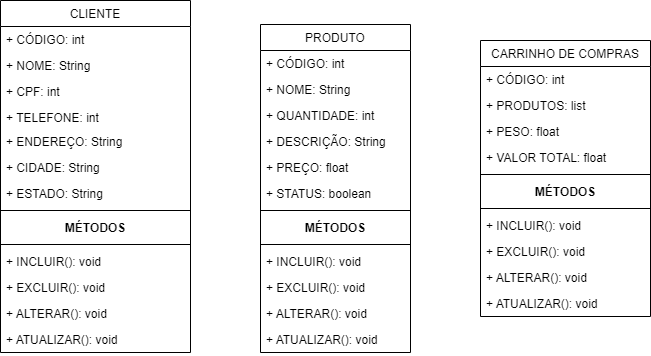
joao100101/Engenharia-De-Software keeps this draw.io diagram as Untitled Diagram.drawio.png. Above is the earlier version. Source tidied: cells renumbered, new cells last; positions are measured from the earlier drawing's top-left corner, leaving out a move shared by most shapes.
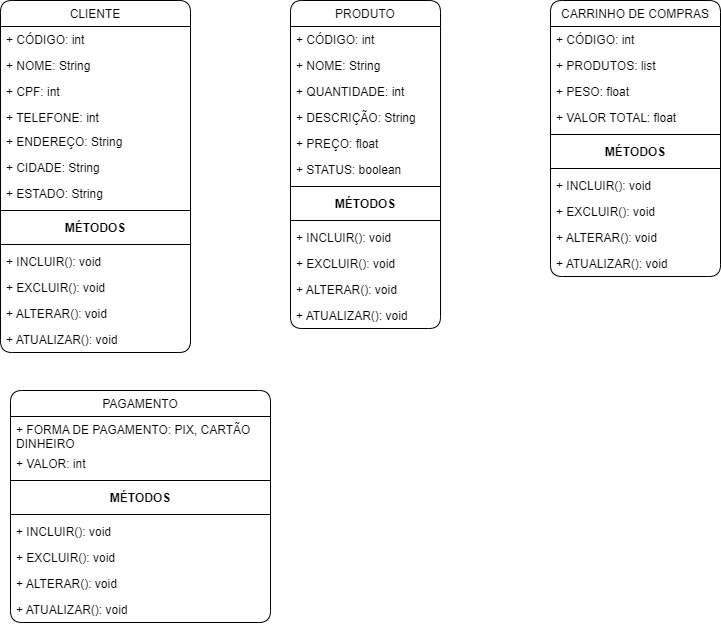
The same file after the commit.

Commit message:
Adicionado pagamento

The edit, as a diff of the source:
```diff
@@ -2,128 +2,158 @@
   <root>
     <mxCell id="0" />
     <mxCell id="1" parent="0" />
-    <mxCell id="2" value="CLIENTE" style="swimlane;fontStyle=0;horizontal=1;startSize=26;fillColor=none;" parent="1" vertex="1">
-      <mxGeometry width="190" height="352" as="geometry" />
+    <mxCell id="2" value="CLIENTE" style="swimlane;fontStyle=0;horizontal=1;startSize=26;fillColor=none;rounded=1;" parent="1" vertex="1">
+      <mxGeometry x="10" y="-120" width="190" height="352" as="geometry" />
     </mxCell>
-    <mxCell id="3" value="+ CÓDIGO: int" style="text;strokeColor=none;fillColor=none;align=left;verticalAlign=top;spacingLeft=4;spacingRight=4;overflow=hidden;" parent="2" vertex="1">
+    <mxCell id="3" value="+ CÓDIGO: int" style="text;strokeColor=none;fillColor=none;align=left;verticalAlign=top;spacingLeft=4;spacingRight=4;overflow=hidden;rounded=1;" parent="2" vertex="1">
       <mxGeometry y="26" width="190" height="26" as="geometry" />
     </mxCell>
-    <mxCell id="4" value="+ NOME: String" style="text;strokeColor=none;fillColor=none;align=left;verticalAlign=top;spacingLeft=4;spacingRight=4;overflow=hidden;" parent="2" vertex="1">
+    <mxCell id="4" value="+ NOME: String" style="text;strokeColor=none;fillColor=none;align=left;verticalAlign=top;spacingLeft=4;spacingRight=4;overflow=hidden;rounded=1;" parent="2" vertex="1">
       <mxGeometry y="52" width="190" height="26" as="geometry" />
     </mxCell>
-    <mxCell id="5" value="+ CPF: int" style="text;strokeColor=none;fillColor=none;align=left;verticalAlign=top;spacingLeft=4;spacingRight=4;overflow=hidden;" parent="2" vertex="1">
+    <mxCell id="5" value="+ CPF: int" style="text;strokeColor=none;fillColor=none;align=left;verticalAlign=top;spacingLeft=4;spacingRight=4;overflow=hidden;rounded=1;" parent="2" vertex="1">
       <mxGeometry y="78" width="190" height="26" as="geometry" />
     </mxCell>
-    <mxCell id="6" value="+ TELEFONE: int" style="text;strokeColor=none;fillColor=none;align=left;verticalAlign=top;spacingLeft=4;spacingRight=4;overflow=hidden;" parent="2" vertex="1">
+    <mxCell id="6" value="+ TELEFONE: int" style="text;strokeColor=none;fillColor=none;align=left;verticalAlign=top;spacingLeft=4;spacingRight=4;overflow=hidden;rounded=1;" parent="2" vertex="1">
       <mxGeometry y="104" width="190" height="24" as="geometry" />
     </mxCell>
-    <mxCell id="7" value="+ ENDEREÇO: String" style="text;strokeColor=none;fillColor=none;align=left;verticalAlign=top;spacingLeft=4;spacingRight=4;overflow=hidden;" parent="2" vertex="1">
+    <mxCell id="7" value="+ ENDEREÇO: String" style="text;strokeColor=none;fillColor=none;align=left;verticalAlign=top;spacingLeft=4;spacingRight=4;overflow=hidden;rounded=1;" parent="2" vertex="1">
       <mxGeometry y="128" width="190" height="26" as="geometry" />
     </mxCell>
-    <mxCell id="8" value="+ CIDADE: String" style="text;strokeColor=none;fillColor=none;align=left;verticalAlign=top;spacingLeft=4;spacingRight=4;overflow=hidden;" parent="2" vertex="1">
+    <mxCell id="8" value="+ CIDADE: String" style="text;strokeColor=none;fillColor=none;align=left;verticalAlign=top;spacingLeft=4;spacingRight=4;overflow=hidden;rounded=1;" parent="2" vertex="1">
       <mxGeometry y="154" width="190" height="26" as="geometry" />
     </mxCell>
-    <mxCell id="9" value="+ ESTADO: String" style="text;strokeColor=none;fillColor=none;align=left;verticalAlign=top;spacingLeft=4;spacingRight=4;overflow=hidden;" parent="2" vertex="1">
+    <mxCell id="9" value="+ ESTADO: String" style="text;strokeColor=none;fillColor=none;align=left;verticalAlign=top;spacingLeft=4;spacingRight=4;overflow=hidden;rounded=1;" parent="2" vertex="1">
       <mxGeometry y="180" width="190" height="26" as="geometry" />
     </mxCell>
-    <mxCell id="10" style="line;strokeWidth=1;fillColor=none;align=left;verticalAlign=middle;spacingTop=-1;spacingLeft=3;spacingRight=3;labelPosition=right;" parent="2" vertex="1">
+    <mxCell id="10" style="line;strokeWidth=1;fillColor=none;align=left;verticalAlign=middle;spacingTop=-1;spacingLeft=3;spacingRight=3;labelPosition=right;rounded=1;" parent="2" vertex="1">
       <mxGeometry y="206" width="190" height="8" as="geometry" />
     </mxCell>
-    <mxCell id="11" value="MÉTODOS" style="text;align=center;fontStyle=1;verticalAlign=middle;spacingLeft=3;spacingRight=3;strokeColor=none;" parent="2" vertex="1">
+    <mxCell id="11" value="MÉTODOS" style="text;align=center;fontStyle=1;verticalAlign=middle;spacingLeft=3;spacingRight=3;strokeColor=none;rounded=1;" parent="2" vertex="1">
       <mxGeometry y="214" width="190" height="26" as="geometry" />
     </mxCell>
-    <mxCell id="12" style="line;strokeWidth=1;fillColor=none;align=left;verticalAlign=middle;spacingTop=-1;spacingLeft=3;spacingRight=3;labelPosition=right;" parent="2" vertex="1">
+    <mxCell id="12" style="line;strokeWidth=1;fillColor=none;align=left;verticalAlign=middle;spacingTop=-1;spacingLeft=3;spacingRight=3;labelPosition=right;rounded=1;" parent="2" vertex="1">
       <mxGeometry y="240" width="190" height="8" as="geometry" />
     </mxCell>
-    <mxCell id="13" value="+ INCLUIR(): void" style="text;strokeColor=none;fillColor=none;align=left;verticalAlign=top;spacingLeft=4;spacingRight=4;overflow=hidden;" parent="2" vertex="1">
+    <mxCell id="13" value="+ INCLUIR(): void" style="text;strokeColor=none;fillColor=none;align=left;verticalAlign=top;spacingLeft=4;spacingRight=4;overflow=hidden;rounded=1;" parent="2" vertex="1">
       <mxGeometry y="248" width="190" height="26" as="geometry" />
     </mxCell>
-    <mxCell id="14" value="+ EXCLUIR(): void" style="text;strokeColor=none;fillColor=none;align=left;verticalAlign=top;spacingLeft=4;spacingRight=4;overflow=hidden;" parent="2" vertex="1">
+    <mxCell id="14" value="+ EXCLUIR(): void" style="text;strokeColor=none;fillColor=none;align=left;verticalAlign=top;spacingLeft=4;spacingRight=4;overflow=hidden;rounded=1;" parent="2" vertex="1">
       <mxGeometry y="274" width="190" height="26" as="geometry" />
     </mxCell>
-    <mxCell id="15" value="+ ALTERAR(): void" style="text;strokeColor=none;fillColor=none;align=left;verticalAlign=top;spacingLeft=4;spacingRight=4;overflow=hidden;" parent="2" vertex="1">
+    <mxCell id="15" value="+ ALTERAR(): void" style="text;strokeColor=none;fillColor=none;align=left;verticalAlign=top;spacingLeft=4;spacingRight=4;overflow=hidden;rounded=1;" parent="2" vertex="1">
       <mxGeometry y="300" width="190" height="26" as="geometry" />
     </mxCell>
-    <mxCell id="16" value="+ ATUALIZAR(): void" style="text;strokeColor=none;fillColor=none;align=left;verticalAlign=top;spacingLeft=4;spacingRight=4;overflow=hidden;" parent="2" vertex="1">
+    <mxCell id="16" value="+ ATUALIZAR(): void" style="text;strokeColor=none;fillColor=none;align=left;verticalAlign=top;spacingLeft=4;spacingRight=4;overflow=hidden;rounded=1;" parent="2" vertex="1">
       <mxGeometry y="326" width="190" height="26" as="geometry" />
     </mxCell>
-    <mxCell id="17" value="PRODUTO" style="swimlane;fontStyle=0;horizontal=1;startSize=26;fillColor=none;" parent="1" vertex="1">
-      <mxGeometry x="260" y="24" width="150" height="328" as="geometry" />
+    <mxCell id="17" value="PRODUTO" style="swimlane;fontStyle=0;horizontal=1;startSize=26;fillColor=none;rounded=1;" parent="1" vertex="1">
+      <mxGeometry x="300" y="-120" width="150" height="328" as="geometry" />
     </mxCell>
-    <mxCell id="18" value="+ CÓDIGO: int" style="text;strokeColor=none;fillColor=none;align=left;verticalAlign=top;spacingLeft=4;spacingRight=4;overflow=hidden;" parent="17" vertex="1">
+    <mxCell id="18" value="+ CÓDIGO: int" style="text;strokeColor=none;fillColor=none;align=left;verticalAlign=top;spacingLeft=4;spacingRight=4;overflow=hidden;rounded=1;" parent="17" vertex="1">
       <mxGeometry y="26" width="150" height="26" as="geometry" />
     </mxCell>
-    <mxCell id="19" value="+ NOME: String" style="text;strokeColor=none;fillColor=none;align=left;verticalAlign=top;spacingLeft=4;spacingRight=4;overflow=hidden;" parent="17" vertex="1">
+    <mxCell id="19" value="+ NOME: String" style="text;strokeColor=none;fillColor=none;align=left;verticalAlign=top;spacingLeft=4;spacingRight=4;overflow=hidden;rounded=1;" parent="17" vertex="1">
       <mxGeometry y="52" width="150" height="26" as="geometry" />
     </mxCell>
-    <mxCell id="20" value="+ QUANTIDADE: int" style="text;strokeColor=none;fillColor=none;align=left;verticalAlign=top;spacingLeft=4;spacingRight=4;overflow=hidden;" parent="17" vertex="1">
+    <mxCell id="20" value="+ QUANTIDADE: int" style="text;strokeColor=none;fillColor=none;align=left;verticalAlign=top;spacingLeft=4;spacingRight=4;overflow=hidden;rounded=1;" parent="17" vertex="1">
       <mxGeometry y="78" width="150" height="26" as="geometry" />
     </mxCell>
-    <mxCell id="21" value="+ DESCRIÇÃO: String" style="text;strokeColor=none;fillColor=none;align=left;verticalAlign=top;spacingLeft=4;spacingRight=4;overflow=hidden;" parent="17" vertex="1">
+    <mxCell id="21" value="+ DESCRIÇÃO: String" style="text;strokeColor=none;fillColor=none;align=left;verticalAlign=top;spacingLeft=4;spacingRight=4;overflow=hidden;rounded=1;" parent="17" vertex="1">
       <mxGeometry y="104" width="150" height="26" as="geometry" />
     </mxCell>
-    <mxCell id="22" value="+ PREÇO: float" style="text;strokeColor=none;fillColor=none;align=left;verticalAlign=top;spacingLeft=4;spacingRight=4;overflow=hidden;" parent="17" vertex="1">
+    <mxCell id="22" value="+ PREÇO: float" style="text;strokeColor=none;fillColor=none;align=left;verticalAlign=top;spacingLeft=4;spacingRight=4;overflow=hidden;rounded=1;" parent="17" vertex="1">
       <mxGeometry y="130" width="150" height="26" as="geometry" />
     </mxCell>
-    <mxCell id="23" value="+ STATUS: boolean" style="text;strokeColor=none;fillColor=none;align=left;verticalAlign=top;spacingLeft=4;spacingRight=4;overflow=hidden;" parent="17" vertex="1">
+    <mxCell id="23" value="+ STATUS: boolean" style="text;strokeColor=none;fillColor=none;align=left;verticalAlign=top;spacingLeft=4;spacingRight=4;overflow=hidden;rounded=1;" parent="17" vertex="1">
       <mxGeometry y="156" width="150" height="26" as="geometry" />
     </mxCell>
-    <mxCell id="24" style="line;strokeWidth=1;fillColor=none;align=left;verticalAlign=middle;spacingTop=-1;spacingLeft=3;spacingRight=3;labelPosition=right;" parent="17" vertex="1">
+    <mxCell id="24" style="line;strokeWidth=1;fillColor=none;align=left;verticalAlign=middle;spacingTop=-1;spacingLeft=3;spacingRight=3;labelPosition=right;rounded=1;" parent="17" vertex="1">
       <mxGeometry y="182" width="150" height="8" as="geometry" />
     </mxCell>
-    <mxCell id="25" value="MÉTODOS" style="text;align=center;fontStyle=1;verticalAlign=middle;spacingLeft=3;spacingRight=3;strokeColor=none;" parent="17" vertex="1">
+    <mxCell id="25" value="MÉTODOS" style="text;align=center;fontStyle=1;verticalAlign=middle;spacingLeft=3;spacingRight=3;strokeColor=none;rounded=1;" parent="17" vertex="1">
       <mxGeometry y="190" width="150" height="26" as="geometry" />
     </mxCell>
-    <mxCell id="26" style="line;strokeWidth=1;fillColor=none;align=left;verticalAlign=middle;spacingTop=-1;spacingLeft=3;spacingRight=3;labelPosition=right;" parent="17" vertex="1">
+    <mxCell id="26" style="line;strokeWidth=1;fillColor=none;align=left;verticalAlign=middle;spacingTop=-1;spacingLeft=3;spacingRight=3;labelPosition=right;rounded=1;" parent="17" vertex="1">
       <mxGeometry y="216" width="150" height="8" as="geometry" />
     </mxCell>
-    <mxCell id="27" value="+ INCLUIR(): void" style="text;strokeColor=none;fillColor=none;align=left;verticalAlign=top;spacingLeft=4;spacingRight=4;overflow=hidden;" parent="17" vertex="1">
+    <mxCell id="27" value="+ INCLUIR(): void" style="text;strokeColor=none;fillColor=none;align=left;verticalAlign=top;spacingLeft=4;spacingRight=4;overflow=hidden;rounded=1;" parent="17" vertex="1">
       <mxGeometry y="224" width="150" height="26" as="geometry" />
     </mxCell>
-    <mxCell id="28" value="+ EXCLUIR(): void" style="text;strokeColor=none;fillColor=none;align=left;verticalAlign=top;spacingLeft=4;spacingRight=4;overflow=hidden;" parent="17" vertex="1">
+    <mxCell id="28" value="+ EXCLUIR(): void" style="text;strokeColor=none;fillColor=none;align=left;verticalAlign=top;spacingLeft=4;spacingRight=4;overflow=hidden;rounded=1;" parent="17" vertex="1">
       <mxGeometry y="250" width="150" height="26" as="geometry" />
     </mxCell>
-    <mxCell id="29" value="+ ALTERAR(): void" style="text;strokeColor=none;fillColor=none;align=left;verticalAlign=top;spacingLeft=4;spacingRight=4;overflow=hidden;" parent="17" vertex="1">
+    <mxCell id="29" value="+ ALTERAR(): void" style="text;strokeColor=none;fillColor=none;align=left;verticalAlign=top;spacingLeft=4;spacingRight=4;overflow=hidden;rounded=1;" parent="17" vertex="1">
       <mxGeometry y="276" width="150" height="26" as="geometry" />
     </mxCell>
-    <mxCell id="30" value="+ ATUALIZAR(): void" style="text;strokeColor=none;fillColor=none;align=left;verticalAlign=top;spacingLeft=4;spacingRight=4;overflow=hidden;" parent="17" vertex="1">
+    <mxCell id="30" value="+ ATUALIZAR(): void" style="text;strokeColor=none;fillColor=none;align=left;verticalAlign=top;spacingLeft=4;spacingRight=4;overflow=hidden;rounded=1;" parent="17" vertex="1">
       <mxGeometry y="302" width="150" height="26" as="geometry" />
     </mxCell>
-    <mxCell id="31" value="CARRINHO DE COMPRAS" style="swimlane;fontStyle=0;horizontal=1;startSize=26;fillColor=none;" parent="1" vertex="1">
-      <mxGeometry x="480" y="40" width="170" height="276" as="geometry" />
+    <mxCell id="31" value="CARRINHO DE COMPRAS" style="swimlane;fontStyle=0;horizontal=1;startSize=26;fillColor=none;rounded=1;" parent="1" vertex="1">
+      <mxGeometry x="560" y="-120" width="170" height="276" as="geometry" />
     </mxCell>
-    <mxCell id="32" value="+ CÓDIGO: int" style="text;strokeColor=none;fillColor=none;align=left;verticalAlign=top;spacingLeft=4;spacingRight=4;overflow=hidden;" parent="31" vertex="1">
+    <mxCell id="32" value="+ CÓDIGO: int" style="text;strokeColor=none;fillColor=none;align=left;verticalAlign=top;spacingLeft=4;spacingRight=4;overflow=hidden;rounded=1;" parent="31" vertex="1">
       <mxGeometry y="26" width="170" height="26" as="geometry" />
     </mxCell>
-    <mxCell id="33" value="+ PRODUTOS: list" style="text;strokeColor=none;fillColor=none;align=left;verticalAlign=top;spacingLeft=4;spacingRight=4;overflow=hidden;" parent="31" vertex="1">
+    <mxCell id="33" value="+ PRODUTOS: list" style="text;strokeColor=none;fillColor=none;align=left;verticalAlign=top;spacingLeft=4;spacingRight=4;overflow=hidden;rounded=1;" parent="31" vertex="1">
       <mxGeometry y="52" width="170" height="26" as="geometry" />
     </mxCell>
-    <mxCell id="34" value="+ PESO: float" style="text;strokeColor=none;fillColor=none;align=left;verticalAlign=top;spacingLeft=4;spacingRight=4;overflow=hidden;" parent="31" vertex="1">
+    <mxCell id="34" value="+ PESO: float" style="text;strokeColor=none;fillColor=none;align=left;verticalAlign=top;spacingLeft=4;spacingRight=4;overflow=hidden;rounded=1;" parent="31" vertex="1">
       <mxGeometry y="78" width="170" height="26" as="geometry" />
     </mxCell>
-    <mxCell id="35" value="+ VALOR TOTAL: float" style="text;strokeColor=none;fillColor=none;align=left;verticalAlign=top;spacingLeft=4;spacingRight=4;overflow=hidden;" parent="31" vertex="1">
+    <mxCell id="35" value="+ VALOR TOTAL: float" style="text;strokeColor=none;fillColor=none;align=left;verticalAlign=top;spacingLeft=4;spacingRight=4;overflow=hidden;rounded=1;" parent="31" vertex="1">
       <mxGeometry y="104" width="170" height="26" as="geometry" />
     </mxCell>
-    <mxCell id="36" style="line;strokeWidth=1;fillColor=none;align=left;verticalAlign=middle;spacingTop=-1;spacingLeft=3;spacingRight=3;labelPosition=right;" parent="31" vertex="1">
+    <mxCell id="36" style="line;strokeWidth=1;fillColor=none;align=left;verticalAlign=middle;spacingTop=-1;spacingLeft=3;spacingRight=3;labelPosition=right;rounded=1;" parent="31" vertex="1">
       <mxGeometry y="130" width="170" height="8" as="geometry" />
     </mxCell>
-    <mxCell id="37" value="MÉTODOS" style="text;align=center;fontStyle=1;verticalAlign=middle;spacingLeft=3;spacingRight=3;strokeColor=none;" parent="31" vertex="1">
+    <mxCell id="37" value="MÉTODOS" style="text;align=center;fontStyle=1;verticalAlign=middle;spacingLeft=3;spacingRight=3;strokeColor=none;rounded=1;" parent="31" vertex="1">
       <mxGeometry y="138" width="170" height="26" as="geometry" />
     </mxCell>
-    <mxCell id="38" style="line;strokeWidth=1;fillColor=none;align=left;verticalAlign=middle;spacingTop=-1;spacingLeft=3;spacingRight=3;labelPosition=right;" parent="31" vertex="1">
+    <mxCell id="38" style="line;strokeWidth=1;fillColor=none;align=left;verticalAlign=middle;spacingTop=-1;spacingLeft=3;spacingRight=3;labelPosition=right;rounded=1;" parent="31" vertex="1">
       <mxGeometry y="164" width="170" height="8" as="geometry" />
     </mxCell>
-    <mxCell id="39" value="+ INCLUIR(): void" style="text;strokeColor=none;fillColor=none;align=left;verticalAlign=top;spacingLeft=4;spacingRight=4;overflow=hidden;" parent="31" vertex="1">
+    <mxCell id="39" value="+ INCLUIR(): void" style="text;strokeColor=none;fillColor=none;align=left;verticalAlign=top;spacingLeft=4;spacingRight=4;overflow=hidden;rounded=1;" parent="31" vertex="1">
       <mxGeometry y="172" width="170" height="26" as="geometry" />
     </mxCell>
-    <mxCell id="40" value="+ EXCLUIR(): void" style="text;strokeColor=none;fillColor=none;align=left;verticalAlign=top;spacingLeft=4;spacingRight=4;overflow=hidden;" parent="31" vertex="1">
+    <mxCell id="40" value="+ EXCLUIR(): void" style="text;strokeColor=none;fillColor=none;align=left;verticalAlign=top;spacingLeft=4;spacingRight=4;overflow=hidden;rounded=1;" parent="31" vertex="1">
       <mxGeometry y="198" width="170" height="26" as="geometry" />
     </mxCell>
-    <mxCell id="41" value="+ ALTERAR(): void" style="text;strokeColor=none;fillColor=none;align=left;verticalAlign=top;spacingLeft=4;spacingRight=4;overflow=hidden;" parent="31" vertex="1">
+    <mxCell id="41" value="+ ALTERAR(): void" style="text;strokeColor=none;fillColor=none;align=left;verticalAlign=top;spacingLeft=4;spacingRight=4;overflow=hidden;rounded=1;" parent="31" vertex="1">
       <mxGeometry y="224" width="170" height="26" as="geometry" />
     </mxCell>
-    <mxCell id="42" value="+ ATUALIZAR(): void" style="text;strokeColor=none;fillColor=none;align=left;verticalAlign=top;spacingLeft=4;spacingRight=4;overflow=hidden;" parent="31" vertex="1">
+    <mxCell id="42" value="+ ATUALIZAR(): void" style="text;strokeColor=none;fillColor=none;align=left;verticalAlign=top;spacingLeft=4;spacingRight=4;overflow=hidden;rounded=1;" parent="31" vertex="1">
       <mxGeometry y="250" width="170" height="26" as="geometry" />
     </mxCell>
+    <mxCell id="43" value="PAGAMENTO" style="swimlane;fontStyle=0;horizontal=1;startSize=26;fillColor=none;rounded=1;" parent="1" vertex="1">
+      <mxGeometry x="20" y="270" width="260" height="232" as="geometry" />
+    </mxCell>
+    <mxCell id="44" value="+ FORMA DE PAGAMENTO: PIX, CARTÃO&#10;DINHEIRO" style="text;strokeColor=none;fillColor=none;align=left;verticalAlign=top;spacingLeft=4;spacingRight=4;overflow=hidden;rounded=1;" parent="43" vertex="1">
+      <mxGeometry y="26" width="260" height="34" as="geometry" />
+    </mxCell>
+    <mxCell id="45" value="+ VALOR: int" style="text;strokeColor=none;fillColor=none;align=left;verticalAlign=top;spacingLeft=4;spacingRight=4;overflow=hidden;rounded=1;" parent="43" vertex="1">
+      <mxGeometry y="60" width="260" height="26" as="geometry" />
+    </mxCell>
+    <mxCell id="46" style="line;strokeWidth=1;fillColor=none;align=left;verticalAlign=middle;spacingTop=-1;spacingLeft=3;spacingRight=3;labelPosition=right;rounded=1;" parent="43" vertex="1">
+      <mxGeometry y="86" width="260" height="8" as="geometry" />
+    </mxCell>
+    <mxCell id="47" value="MÉTODOS" style="text;align=center;fontStyle=1;verticalAlign=middle;spacingLeft=3;spacingRight=3;strokeColor=none;rounded=1;" parent="43" vertex="1">
+      <mxGeometry y="94" width="260" height="26" as="geometry" />
+    </mxCell>
+    <mxCell id="48" style="line;strokeWidth=1;fillColor=none;align=left;verticalAlign=middle;spacingTop=-1;spacingLeft=3;spacingRight=3;labelPosition=right;rounded=1;" parent="43" vertex="1">
+      <mxGeometry y="120" width="260" height="8" as="geometry" />
+    </mxCell>
+    <mxCell id="49" value="+ INCLUIR(): void" style="text;strokeColor=none;fillColor=none;align=left;verticalAlign=top;spacingLeft=4;spacingRight=4;overflow=hidden;rounded=1;" parent="43" vertex="1">
+      <mxGeometry y="128" width="260" height="26" as="geometry" />
+    </mxCell>
+    <mxCell id="50" value="+ EXCLUIR(): void" style="text;strokeColor=none;fillColor=none;align=left;verticalAlign=top;spacingLeft=4;spacingRight=4;overflow=hidden;rounded=1;" parent="43" vertex="1">
+      <mxGeometry y="154" width="260" height="26" as="geometry" />
+    </mxCell>
+    <mxCell id="51" value="+ ALTERAR(): void" style="text;strokeColor=none;fillColor=none;align=left;verticalAlign=top;spacingLeft=4;spacingRight=4;overflow=hidden;rounded=1;" parent="43" vertex="1">
+      <mxGeometry y="180" width="260" height="26" as="geometry" />
+    </mxCell>
+    <mxCell id="52" value="+ ATUALIZAR(): void" style="text;strokeColor=none;fillColor=none;align=left;verticalAlign=top;spacingLeft=4;spacingRight=4;overflow=hidden;rounded=1;" parent="43" vertex="1">
+      <mxGeometry y="206" width="260" height="26" as="geometry" />
+    </mxCell>
   </root>
 </mxGraphModel>
```
